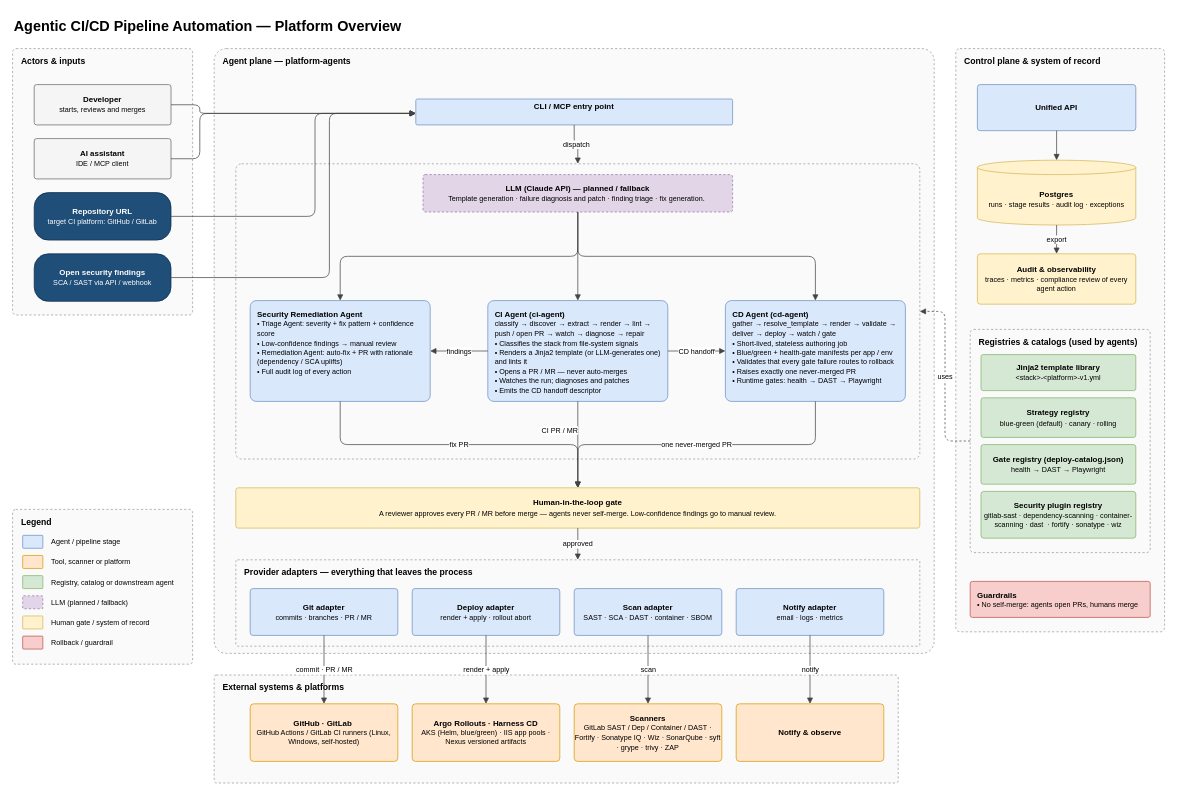
Earlier version of the draw.io diagram page "1 - Platform Overview" (1 of 5) of Agentic_CI_CD_Pipeline_Automation/Agentic_CICD_Pipeline_Automation_Architecture.drawio (sanjeetkhanuja/architecture-docs). Source tidied: cells renumbered, new cells numbered last; positions are measured from the earlier drawing's top-left corner, leaving out a move shared by most shapes. Both pictures are drawn from the tidied source at 72%, with x=0, y=0 at pixel (12, 12).
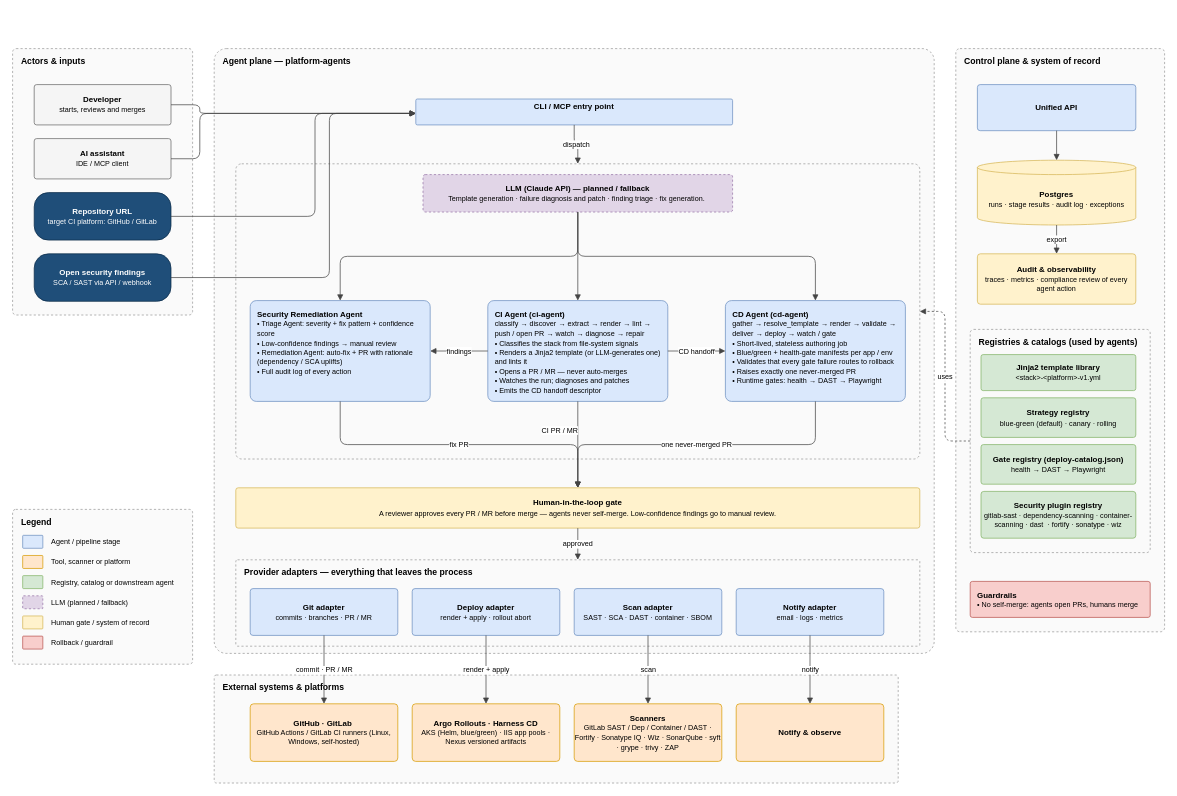
The same page after the edit.

Diff of the diagram source:
```diff
@@
-    <mxCell id="2" value="Agentic CI/CD Pipeline Automation — Platform Overview" style="text;html=1;strokeColor=none;fillColor=none;align=left;verticalAlign=middle;whiteSpace=wrap;fontSize=20;fontStyle=1;" parent="1" vertex="1">
-      <mxGeometry width="1500" height="36" as="geometry" />
-    </mxCell>
```
